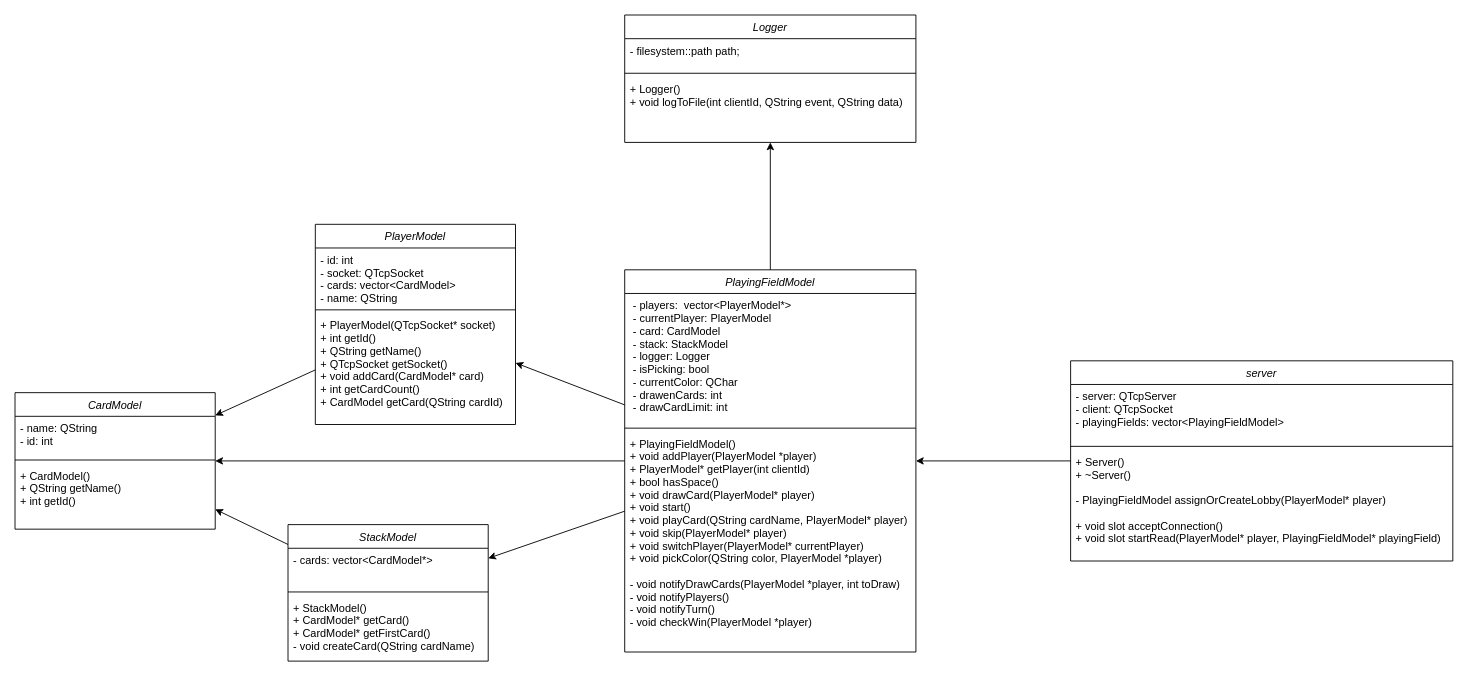
This is UNO.drawio from MaikScheler/uno, a draw.io file, before an edit. Source tidied: cells renumbered, new cells numbered last; positions are measured from the earlier drawing's top-left corner, leaving out a move shared by most shapes. Both pictures are drawn from the tidied source at 91%, with x=0, y=0 at pixel (15, 15).
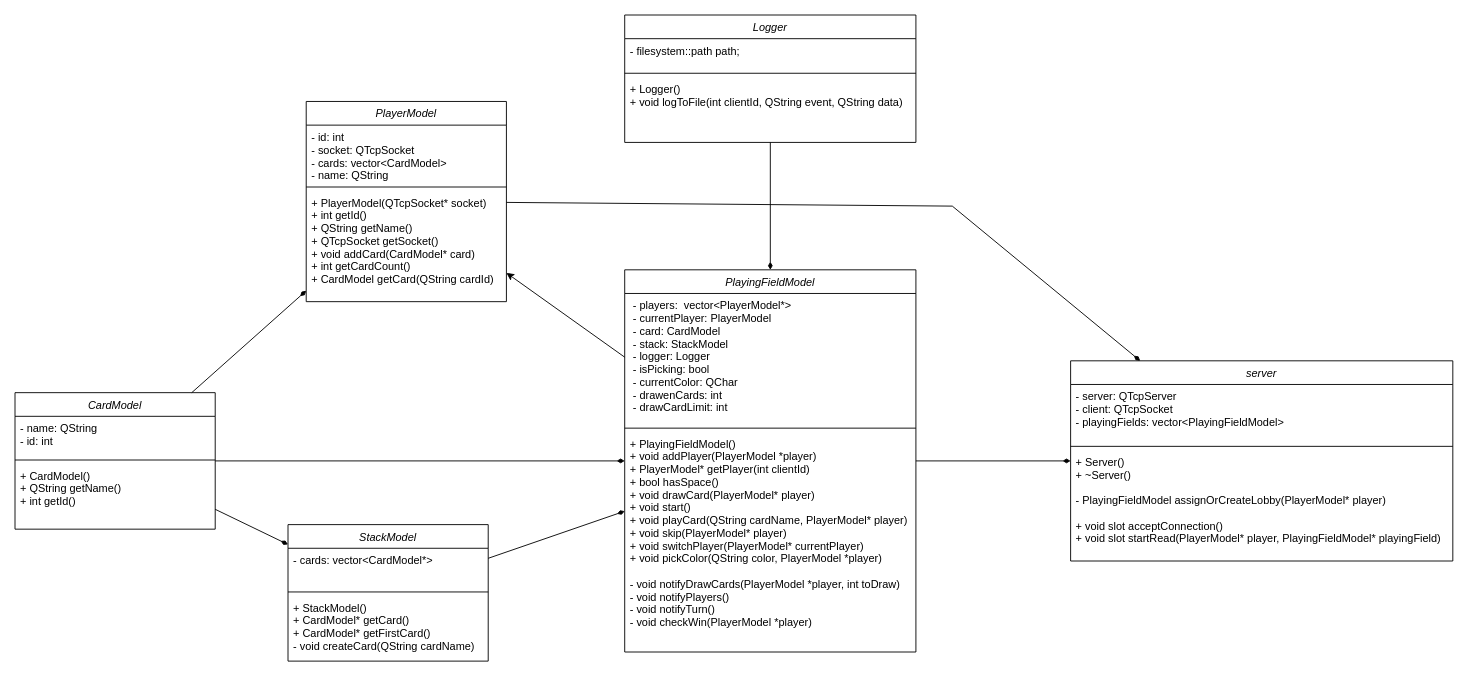
After the change.

Commit message (it also covers changes not shown here):
newer diagram

Unchanged cells that the change refers to:
```xml
<mxCell id="2" value="CardModel" style="swimlane;fontStyle=2;align=center;verticalAlign=top;horizontal=1;startSize=26;rounded=0;shadow=0;strokeWidth=1;" parent="1" vertex="1">
  <mxGeometry y="415" width="220" height="150" as="geometry" />
</mxCell>
<mxCell id="10" value="server" style="swimlane;fontStyle=2;align=center;verticalAlign=top;horizontal=1;startSize=26;rounded=0;shadow=0;strokeWidth=1;" parent="1" vertex="1">
  <mxGeometry x="1160" y="380" width="420" height="220" as="geometry" />
</mxCell>
<mxCell id="14" value="Logger" style="swimlane;fontStyle=2;align=center;verticalAlign=top;horizontal=1;startSize=26;rounded=0;shadow=0;strokeWidth=1;" parent="1" vertex="1">
  <mxGeometry x="670" width="320" height="140" as="geometry" />
</mxCell>
<mxCell id="18" value="PlayingFieldModel" style="swimlane;fontStyle=2;align=center;verticalAlign=top;horizontal=1;startSize=26;rounded=0;shadow=0;strokeWidth=1;" parent="1" vertex="1">
  <mxGeometry x="670" y="280" width="320" height="420" as="geometry" />
</mxCell>
<mxCell id="24" value="StackModel" style="swimlane;fontStyle=2;align=center;verticalAlign=top;horizontal=1;startSize=26;rounded=0;shadow=0;strokeWidth=1;" parent="1" vertex="1">
  <mxGeometry x="300" y="560" width="220" height="150" as="geometry" />
</mxCell>
```

The edit, as a diff of the source:
```diff
@@
     <mxCell id="6" value="PlayerModel" style="swimlane;fontStyle=2;align=center;verticalAlign=top;horizontal=1;startSize=26;rounded=0;shadow=0;strokeWidth=1;" parent="1" vertex="1">
-      <mxGeometry x="330" y="230" width="220" height="220" as="geometry" />
+      <mxGeometry x="320" y="95" width="220" height="220" as="geometry" />
     </mxCell>
@@
-    <mxCell id="22" style="endArrow=classic;html=1;rounded=0;" parent="1" edge="1" source="10" target="18">
+    <mxCell id="22" style="endArrow=none;html=1;rounded=0;startArrow=diamondThin;startFill=1;endFill=0;" parent="1" edge="1" source="10" target="18">
       <mxGeometry relative="1" as="geometry" />
     </mxCell>
-    <mxCell id="23" style="endArrow=classic;html=1;rounded=0;" parent="1" edge="1" source="18" target="14">
+    <mxCell id="23" style="endArrow=none;html=1;rounded=0;startArrow=diamondThin;startFill=1;endFill=0;" parent="1" edge="1" source="18" target="14">
       <mxGeometry relative="1" as="geometry" />
     </mxCell>
@@
-    <mxCell id="28" style="endArrow=classic;html=1;rounded=0;" parent="1" edge="1" source="18" target="24">
+    <mxCell id="28" style="endArrow=none;html=1;rounded=0;startArrow=diamondThin;startFill=1;endFill=0;" parent="1" edge="1" source="18" target="24">
       <mxGeometry relative="1" as="geometry" />
     </mxCell>
-    <mxCell id="29" style="endArrow=classic;html=1;rounded=0;" parent="1" edge="1" source="24" target="2">
+    <mxCell id="29" style="endArrow=none;html=1;rounded=0;startArrow=diamondThin;startFill=1;endFill=0;" parent="1" edge="1" source="24" target="2">
       <mxGeometry relative="1" as="geometry" />
     </mxCell>
-    <mxCell id="30" style="endArrow=classic;html=1;rounded=0;" parent="1" edge="1" source="6" target="2">
+    <mxCell id="30" style="endArrow=none;html=1;rounded=0;startArrow=diamondThin;startFill=1;endFill=0;" parent="1" edge="1" source="6" target="2">
       <mxGeometry relative="1" as="geometry" />
     </mxCell>
@@
-    <mxCell id="32" style="endArrow=classic;html=1;rounded=0;" parent="1" edge="1" source="18" target="2">
+    <mxCell id="32" style="endArrow=none;html=1;rounded=0;startArrow=diamondThin;startFill=1;endFill=0;" parent="1" edge="1" source="18" target="2">
       <mxGeometry relative="1" as="geometry" />
     </mxCell>
+    <mxCell id="33" style="endArrow=none;html=1;rounded=0;startArrow=diamondThin;startFill=1;endFill=0;" parent="1" edge="1" source="10" target="6">
+      <mxGeometry relative="1" as="geometry">
+        <Array as="points">
+          <mxPoint x="1030" y="210" />
+        </Array>
+      </mxGeometry>
+    </mxCell>
```
